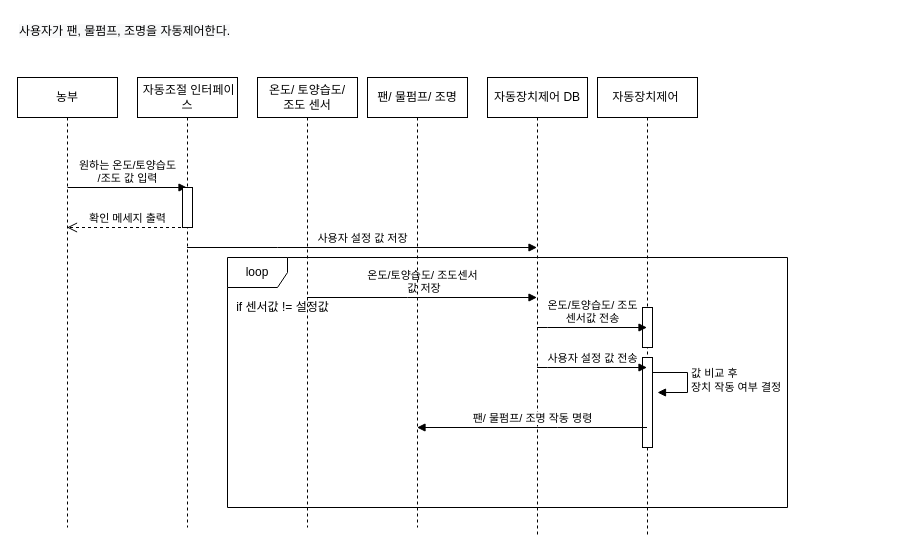
Earlier version of the draw.io diagram 5주차/auto_sqd.drawio (sonmyungwon/Software-Development). Source tidied: cells renumbered, new cells numbered last; positions are measured from the earlier drawing's top-left corner, leaving out a move shared by most shapes. Both pictures are drawn from the tidied source at 100%, with x=0, y=0 at pixel (17, 17).
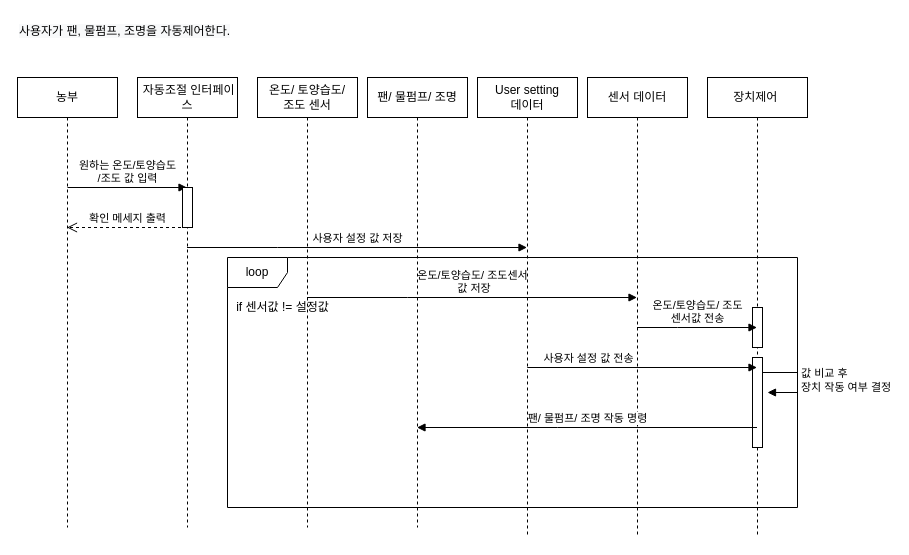
The same page after the edit.

The change refers to these unchanged cells:
```xml
<mxCell id="6" value="&amp;nbsp;자동조절 인터페이스" style="shape=umlLifeline;perimeter=lifelinePerimeter;whiteSpace=wrap;html=1;outlineConnect=0;" parent="1" vertex="1">
  <mxGeometry x="120" y="60" width="100" height="450" as="geometry" />
</mxCell>
```

The edit, as a diff of the source:
```diff
@@
     <mxCell id="2" value="loop" style="shape=umlFrame;whiteSpace=wrap;html=1;" parent="1" vertex="1">
-      <mxGeometry x="210" y="240" width="560" height="250" as="geometry" />
+      <mxGeometry x="210" y="240" width="570" height="250" as="geometry" />
     </mxCell>
@@
-    <mxCell id="9" value="자동장치제어 DB" style="shape=umlLifeline;perimeter=lifelinePerimeter;whiteSpace=wrap;html=1;outlineConnect=0;" parent="1" vertex="1">
-      <mxGeometry x="470" y="60" width="100" height="460" as="geometry" />
+    <mxCell id="9" value="센서 데이터" style="shape=umlLifeline;perimeter=lifelinePerimeter;whiteSpace=wrap;html=1;outlineConnect=0;" parent="1" vertex="1">
+      <mxGeometry x="570" y="60" width="100" height="460" as="geometry" />
     </mxCell>
-    <mxCell id="10" value="자동장치제어&amp;nbsp;" style="shape=umlLifeline;perimeter=lifelinePerimeter;whiteSpace=wrap;html=1;outlineConnect=0;" parent="1" vertex="1">
-      <mxGeometry x="580" y="60" width="100" height="460" as="geometry" />
+    <mxCell id="10" value="장치제어&amp;nbsp;" style="shape=umlLifeline;perimeter=lifelinePerimeter;whiteSpace=wrap;html=1;outlineConnect=0;" parent="1" vertex="1">
+      <mxGeometry x="690" y="60" width="100" height="460" as="geometry" />
     </mxCell>
@@
-    <mxCell id="16" value="사용자 설정 값 저장" style="html=1;verticalAlign=bottom;endArrow=block;rounded=0;" parent="1" edge="1" source="6" target="9">
+    <mxCell id="16" value="사용자 설정 값 저장" style="html=1;verticalAlign=bottom;endArrow=block;rounded=0;" parent="1" edge="1" source="6" target="22">
       <mxGeometry relative="1" as="geometry">
         <Array as="points">
           <mxPoint x="260" y="230" />
         </Array>
       </mxGeometry>
     </mxCell>
@@
     <mxCell id="18" value="온도/토양습도/ 조도&lt;br&gt;센서값 전송" style="html=1;verticalAlign=bottom;endArrow=block;rounded=0;" parent="1" edge="1" source="9" target="10">
       <mxGeometry relative="1" as="geometry">
         <Array as="points">
-          <mxPoint x="530" y="310" />
+          <mxPoint x="660" y="310" />
         </Array>
       </mxGeometry>
     </mxCell>
     <mxCell id="19" value="사용자 설정 값 전송" style="html=1;verticalAlign=bottom;endArrow=block;rounded=0;" parent="1" edge="1" source="9" target="10">
       <mxGeometry relative="1" as="geometry">
         <Array as="points">
-          <mxPoint x="530" y="350" />
+          <mxPoint x="510" y="350" />
         </Array>
       </mxGeometry>
     </mxCell>
@@
+    <mxCell id="22" value="User setting &lt;br&gt;데이터" style="shape=umlLifeline;perimeter=lifelinePerimeter;whiteSpace=wrap;html=1;outlineConnect=0;" parent="1" vertex="1">
+      <mxGeometry x="460" y="60" width="100" height="460" as="geometry" />
+    </mxCell>
```
